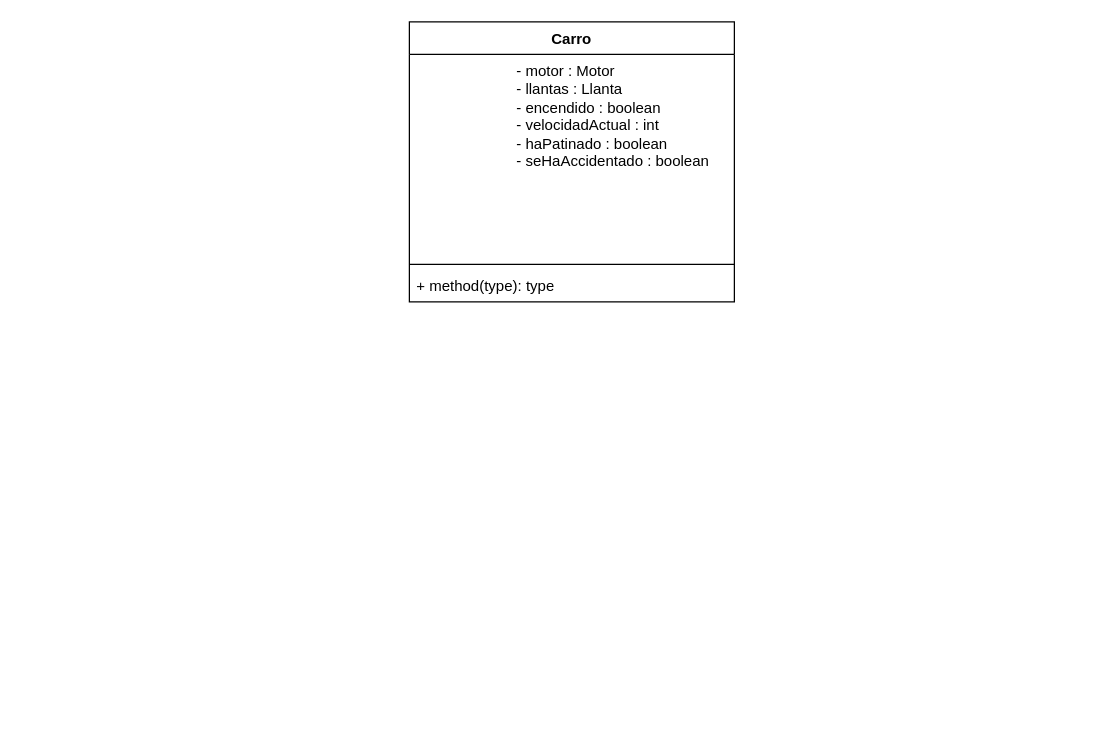
The draw.io diagram simuladorDeVehiculo/SimuladorCarro.drawio in JDPinillaa/simuladorVehiculo, before the edit. Source tidied: cells renumbered, new cells numbered last; positions are measured from the earlier drawing's top-left corner, leaving out a move shared by most shapes. Both pictures are drawn from the tidied source at 125%, with x=0, y=0 at pixel (409, 21).
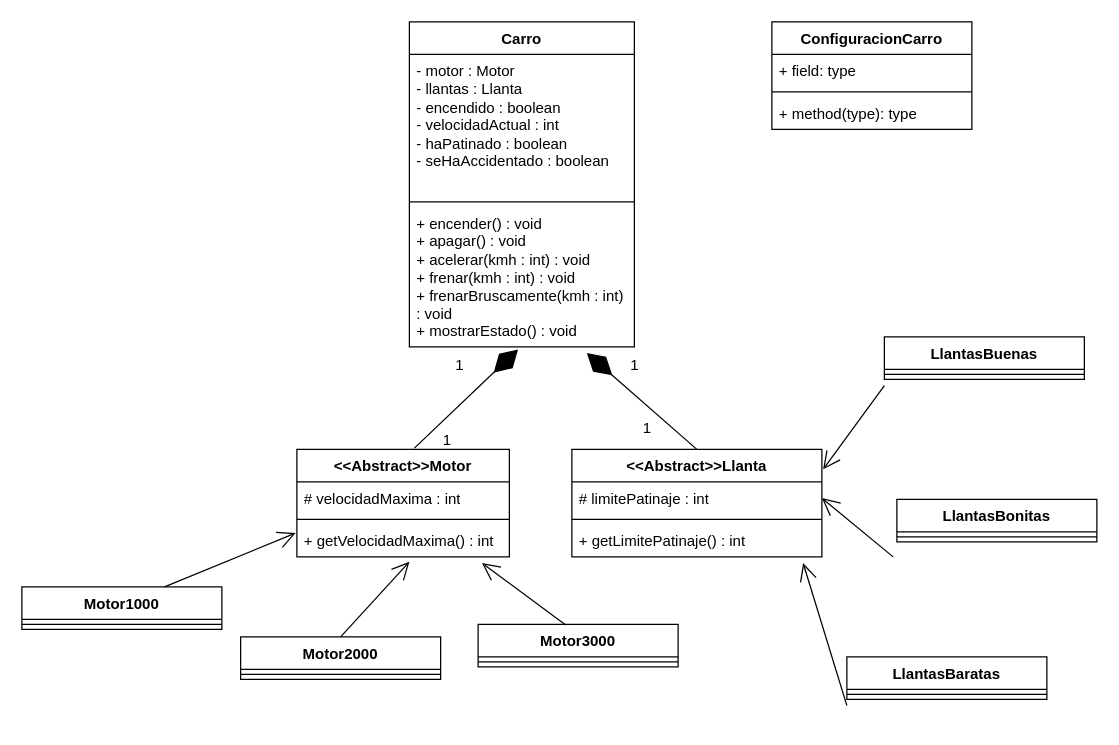
After the change.

Change to the diagram source:
```diff
@@
     <mxCell id="2" value="Carro" style="swimlane;fontStyle=1;align=center;verticalAlign=top;horizontal=1;startSize=26;whiteSpace=wrap;html=1;" parent="1" vertex="1">
-      <mxGeometry width="260" height="224" as="geometry" />
+      <mxGeometry width="180" height="260" as="geometry" />
     </mxCell>
-    <mxCell id="3" value="&lt;blockquote style=&quot;margin: 0 0 0 40px; border: none; padding: 0px;&quot;&gt;&lt;blockquote style=&quot;margin: 0 0 0 40px; border: none; padding: 0px;&quot;&gt;- motor : Motor&lt;/blockquote&gt;&lt;blockquote style=&quot;margin: 0 0 0 40px; border: none; padding: 0px;&quot;&gt;- llantas : Llanta&lt;/blockquote&gt;&lt;blockquote style=&quot;margin: 0 0 0 40px; border: none; padding: 0px;&quot;&gt;- encendido : boolean&lt;/blockquote&gt;&lt;blockquote style=&quot;margin: 0 0 0 40px; border: none; padding: 0px;&quot;&gt;- velocidadActual : int&lt;/blockquote&gt;&lt;blockquote style=&quot;margin: 0 0 0 40px; border: none; padding: 0px;&quot;&gt;- haPatinado : boolean&lt;/blockquote&gt;&lt;blockquote style=&quot;margin: 0 0 0 40px; border: none; padding: 0px;&quot;&gt;- seHaAccidentado : boolean&lt;/blockquote&gt;&lt;/blockquote&gt;" style="text;strokeColor=none;fillColor=none;align=left;verticalAlign=top;spacingLeft=4;spacingRight=4;overflow=hidden;whiteSpace=wrap;html=1;" parent="2" vertex="1">
-      <mxGeometry y="26" width="260" height="164" as="geometry" />
+    <mxCell id="3" value="- motor : Motor&lt;div&gt;- llantas : Llanta&lt;/div&gt;&lt;div&gt;- encendido : boolean&lt;/div&gt;&lt;div&gt;- velocidadActual : int&lt;/div&gt;&lt;div&gt;- haPatinado : boolean&lt;/div&gt;&lt;div&gt;- seHaAccidentado : boolean&lt;/div&gt;" style="text;strokeColor=none;fillColor=none;align=left;verticalAlign=top;spacingLeft=4;spacingRight=4;overflow=hidden;whiteSpace=wrap;html=1;" parent="2" vertex="1">
+      <mxGeometry y="26" width="180" height="114" as="geometry" />
     </mxCell>
-    <mxCell id="4" style="line;strokeWidth=1;fillColor=none;align=left;verticalAlign=middle;spacingTop=-1;spacingLeft=3;spacingRight=3;labelPosition=right;strokeColor=inherit;" parent="2" vertex="1">
-      <mxGeometry y="190" width="260" height="8" as="geometry" />
-    </mxCell>
+    <mxCell id="6" style="line;strokeWidth=1;fillColor=none;align=left;verticalAlign=middle;spacingTop=-1;spacingLeft=3;spacingRight=3;labelPosition=right;strokeColor=inherit;" parent="2" vertex="1">
+      <mxGeometry y="140" width="180" height="8" as="geometry" />
+    </mxCell>
+    <mxCell id="7" value="+ encender() : void&lt;div&gt;+ apagar() : void&lt;/div&gt;&lt;div&gt;+ acelerar(kmh : int) : void&lt;/div&gt;&lt;div&gt;+ frenar(kmh : int) : void&lt;/div&gt;&lt;div&gt;+ frenarBruscamente(kmh : int) : void&lt;/div&gt;&lt;div&gt;+ mostrarEstado() : void&lt;/div&gt;&lt;div&gt;&lt;br&gt;&lt;/div&gt;" style="text;strokeColor=none;fillColor=none;align=left;verticalAlign=top;spacingLeft=4;spacingRight=4;overflow=hidden;points=[[0,0.5],[1,0.5]];portConstraint=eastwest;whiteSpace=wrap;html=1;" parent="2" vertex="1">
+      <mxGeometry y="148" width="180" height="112" as="geometry" />
+    </mxCell>
+    <mxCell id="8" value="&amp;lt;&amp;lt;Abstract&amp;gt;&amp;gt;Motor" style="swimlane;fontStyle=1;align=center;verticalAlign=top;horizontal=1;startSize=26;whiteSpace=wrap;html=1;" parent="1" vertex="1">
+      <mxGeometry x="-90" y="342" width="170" height="86" as="geometry" />
+    </mxCell>
+    <mxCell id="9" value="# velocidadMaxima : int" style="text;strokeColor=none;fillColor=none;align=left;verticalAlign=top;spacingLeft=4;spacingRight=4;overflow=hidden;whiteSpace=wrap;html=1;" parent="8" vertex="1">
+      <mxGeometry y="26" width="170" height="26" as="geometry" />
+    </mxCell>
+    <mxCell id="10" style="line;strokeWidth=1;fillColor=none;align=left;verticalAlign=middle;spacingTop=-1;spacingLeft=3;spacingRight=3;labelPosition=right;strokeColor=inherit;" parent="8" vertex="1">
+      <mxGeometry y="52" width="170" height="8" as="geometry" />
+    </mxCell>
+    <mxCell id="11" value="+ getVelocidadMaxima() : int" style="text;strokeColor=none;fillColor=none;align=left;verticalAlign=top;spacingLeft=4;spacingRight=4;overflow=hidden;points=[[0,0.5],[1,0.5]];portConstraint=eastwest;whiteSpace=wrap;html=1;" parent="8" vertex="1">
+      <mxGeometry y="60" width="170" height="26" as="geometry" />
+    </mxCell>
+    <mxCell id="12" style="endArrow=diamondThin;endFill=1;endSize=24;html=1;rounded=0;exitX=0.553;exitY=-0.012;exitDx=0;exitDy=0;exitPerimeter=0;entryX=0.483;entryY=1.018;entryDx=0;entryDy=0;entryPerimeter=0;" parent="1" edge="1" source="8" target="7">
+      <mxGeometry relative="1" as="geometry" />
+    </mxCell>
+    <mxCell id="13" value="1" style="text;html=1;align=center;verticalAlign=middle;strokeColor=none;fillColor=none;" parent="1" vertex="1">
+      <mxGeometry x="25" y="260" width="30" height="30" as="geometry" />
+    </mxCell>
+    <mxCell id="14" value="1" style="text;html=1;align=center;verticalAlign=middle;strokeColor=none;fillColor=none;" parent="1" vertex="1">
+      <mxGeometry x="15" y="320" width="30" height="30" as="geometry" />
+    </mxCell>
+    <mxCell id="15" value="&amp;lt;&amp;lt;Abstract&amp;gt;&amp;gt;&lt;span style=&quot;background-color: transparent; color: light-dark(rgb(0, 0, 0), rgb(255, 255, 255));&quot;&gt;Llanta&lt;/span&gt;" style="swimlane;fontStyle=1;align=center;verticalAlign=top;horizontal=1;startSize=26;whiteSpace=wrap;html=1;" parent="1" vertex="1">
+      <mxGeometry x="130" y="342" width="200" height="86" as="geometry" />
+    </mxCell>
+    <mxCell id="16" value="# limitePatinaje : int" style="text;strokeColor=none;fillColor=none;align=left;verticalAlign=top;spacingLeft=4;spacingRight=4;overflow=hidden;points=[[0,0.5],[1,0.5]];portConstraint=eastwest;whiteSpace=wrap;html=1;" parent="15" vertex="1">
+      <mxGeometry y="26" width="200" height="26" as="geometry" />
+    </mxCell>
+    <mxCell id="17" style="line;strokeWidth=1;fillColor=none;align=left;verticalAlign=middle;spacingTop=-1;spacingLeft=3;spacingRight=3;labelPosition=right;strokeColor=inherit;" parent="15" vertex="1">
+      <mxGeometry y="52" width="200" height="8" as="geometry" />
+    </mxCell>
+    <mxCell id="18" value="+ getLimitePatinaje() : int" style="text;strokeColor=none;fillColor=none;align=left;verticalAlign=top;spacingLeft=4;spacingRight=4;overflow=hidden;points=[[0,0.5],[1,0.5]];portConstraint=eastwest;whiteSpace=wrap;html=1;" parent="15" vertex="1">
+      <mxGeometry y="60" width="200" height="26" as="geometry" />
+    </mxCell>
+    <mxCell id="19" style="endArrow=diamondThin;endFill=1;endSize=24;html=1;rounded=0;exitX=0.5;exitY=0;exitDx=0;exitDy=0;entryX=0.789;entryY=1.045;entryDx=0;entryDy=0;entryPerimeter=0;" parent="1" edge="1" source="15" target="7">
+      <mxGeometry relative="1" as="geometry" />
+    </mxCell>
+    <mxCell id="20" value="1" style="text;html=1;align=center;verticalAlign=middle;strokeColor=none;fillColor=none;" parent="1" vertex="1">
+      <mxGeometry x="165" y="260" width="30" height="30" as="geometry" />
+    </mxCell>
+    <mxCell id="21" value="1" style="text;html=1;align=center;verticalAlign=middle;strokeColor=none;fillColor=none;" parent="1" vertex="1">
+      <mxGeometry x="175" y="310" width="30" height="30" as="geometry" />
+    </mxCell>
+    <mxCell id="22" value="Motor1000" style="swimlane;fontStyle=1;align=center;verticalAlign=top;horizontal=1;startSize=26;whiteSpace=wrap;html=1;" parent="1" vertex="1">
+      <mxGeometry x="-310" y="452" width="160" height="34" as="geometry" />
+    </mxCell>
+    <mxCell id="23" style="line;strokeWidth=1;fillColor=none;align=left;verticalAlign=middle;spacingTop=-1;spacingLeft=3;spacingRight=3;labelPosition=right;strokeColor=inherit;" parent="22" vertex="1">
+      <mxGeometry y="26" width="160" height="8" as="geometry" />
+    </mxCell>
+    <mxCell id="24" value="Motor2000" style="swimlane;fontStyle=1;align=center;verticalAlign=top;horizontal=1;startSize=26;whiteSpace=wrap;html=1;" parent="1" vertex="1">
+      <mxGeometry x="-135" y="492" width="160" height="34" as="geometry" />
+    </mxCell>
+    <mxCell id="25" style="line;strokeWidth=1;fillColor=none;align=left;verticalAlign=middle;spacingTop=-1;spacingLeft=3;spacingRight=3;labelPosition=right;strokeColor=inherit;" parent="24" vertex="1">
+      <mxGeometry y="26" width="160" height="8" as="geometry" />
+    </mxCell>
+    <mxCell id="26" value="Motor3000" style="swimlane;fontStyle=1;align=center;verticalAlign=top;horizontal=1;startSize=26;whiteSpace=wrap;html=1;" parent="1" vertex="1">
+      <mxGeometry x="55" y="482" width="160" height="34" as="geometry" />
+    </mxCell>
+    <mxCell id="27" style="line;strokeWidth=1;fillColor=none;align=left;verticalAlign=middle;spacingTop=-1;spacingLeft=3;spacingRight=3;labelPosition=right;strokeColor=inherit;" parent="26" vertex="1">
+      <mxGeometry y="26" width="160" height="8" as="geometry" />
+    </mxCell>
+    <mxCell id="28" style="endArrow=open;endFill=1;endSize=12;html=1;rounded=0;exitX=0.713;exitY=0;exitDx=0;exitDy=0;exitPerimeter=0;entryX=-0.006;entryY=0.269;entryDx=0;entryDy=0;entryPerimeter=0;" parent="1" edge="1" source="22" target="11">
+      <mxGeometry relative="1" as="geometry" />
+    </mxCell>
+    <mxCell id="29" style="endArrow=open;endFill=1;endSize=12;html=1;rounded=0;exitX=0.5;exitY=0;exitDx=0;exitDy=0;" parent="1" edge="1" source="24">
+      <mxGeometry relative="1" as="geometry">
+        <mxPoint y="432" as="targetPoint" />
+      </mxGeometry>
+    </mxCell>
+    <mxCell id="30" style="endArrow=open;endFill=1;endSize=12;html=1;rounded=0;exitX=0.438;exitY=0.012;exitDx=0;exitDy=0;exitPerimeter=0;entryX=0.871;entryY=1.192;entryDx=0;entryDy=0;entryPerimeter=0;" parent="1" edge="1" source="26" target="11">
+      <mxGeometry relative="1" as="geometry" />
+    </mxCell>
+    <mxCell id="31" value="LlantasBuenas" style="swimlane;fontStyle=1;align=center;verticalAlign=top;horizontal=1;startSize=26;whiteSpace=wrap;html=1;" parent="1" vertex="1">
+      <mxGeometry x="380" y="252" width="160" height="34" as="geometry" />
+    </mxCell>
+    <mxCell id="32" style="line;strokeWidth=1;fillColor=none;align=left;verticalAlign=middle;spacingTop=-1;spacingLeft=3;spacingRight=3;labelPosition=right;strokeColor=inherit;" parent="31" vertex="1">
+      <mxGeometry y="26" width="160" height="8" as="geometry" />
+    </mxCell>
+    <mxCell id="33" value="LlantasBonitas" style="swimlane;fontStyle=1;align=center;verticalAlign=top;horizontal=1;startSize=26;whiteSpace=wrap;html=1;" parent="1" vertex="1">
+      <mxGeometry x="390" y="382" width="160" height="34" as="geometry" />
+    </mxCell>
+    <mxCell id="34" style="line;strokeWidth=1;fillColor=none;align=left;verticalAlign=middle;spacingTop=-1;spacingLeft=3;spacingRight=3;labelPosition=right;strokeColor=inherit;" parent="33" vertex="1">
+      <mxGeometry y="26" width="160" height="8" as="geometry" />
+    </mxCell>
+    <mxCell id="35" value="LlantasBaratas" style="swimlane;fontStyle=1;align=center;verticalAlign=top;horizontal=1;startSize=26;whiteSpace=wrap;html=1;" parent="1" vertex="1">
+      <mxGeometry x="350" y="508" width="160" height="34" as="geometry" />
+    </mxCell>
+    <mxCell id="36" style="line;strokeWidth=1;fillColor=none;align=left;verticalAlign=middle;spacingTop=-1;spacingLeft=3;spacingRight=3;labelPosition=right;strokeColor=inherit;" parent="35" vertex="1">
+      <mxGeometry y="26" width="160" height="8" as="geometry" />
+    </mxCell>
+    <mxCell id="37" style="endArrow=open;endFill=1;endSize=12;html=1;rounded=0;exitX=0;exitY=0.5;exitDx=0;exitDy=0;entryX=1.005;entryY=0.186;entryDx=0;entryDy=0;entryPerimeter=0;" parent="1" edge="1" target="15">
+      <mxGeometry relative="1" as="geometry">
+        <mxPoint x="380" y="291" as="sourcePoint" />
+      </mxGeometry>
+    </mxCell>
+    <mxCell id="38" style="endArrow=open;endFill=1;endSize=12;html=1;rounded=0;exitX=-0.019;exitY=0.769;exitDx=0;exitDy=0;exitPerimeter=0;entryX=1;entryY=0.5;entryDx=0;entryDy=0;" parent="1" edge="1" target="16">
+      <mxGeometry relative="1" as="geometry">
+        <mxPoint x="387" y="428" as="sourcePoint" />
+      </mxGeometry>
+    </mxCell>
+    <mxCell id="39" style="endArrow=open;endFill=1;endSize=12;html=1;rounded=0;exitX=0;exitY=0.5;exitDx=0;exitDy=0;entryX=0.925;entryY=1.192;entryDx=0;entryDy=0;entryPerimeter=0;" parent="1" edge="1" target="18">
+      <mxGeometry relative="1" as="geometry">
+        <mxPoint x="350" y="547" as="sourcePoint" />
+      </mxGeometry>
+    </mxCell>
+    <mxCell id="40" value="ConfiguracionCarro" style="swimlane;fontStyle=1;align=center;verticalAlign=top;horizontal=1;startSize=26;whiteSpace=wrap;html=1;" parent="1" vertex="1">
+      <mxGeometry x="290" width="160" height="86" as="geometry" />
+    </mxCell>
+    <mxCell id="41" value="+ field: type" style="text;strokeColor=none;fillColor=none;align=left;verticalAlign=top;spacingLeft=4;spacingRight=4;overflow=hidden;whiteSpace=wrap;html=1;" parent="40" vertex="1">
+      <mxGeometry y="26" width="160" height="26" as="geometry" />
+    </mxCell>
+    <mxCell id="42" style="line;strokeWidth=1;fillColor=none;align=left;verticalAlign=middle;spacingTop=-1;spacingLeft=3;spacingRight=3;labelPosition=right;strokeColor=inherit;" parent="40" vertex="1">
+      <mxGeometry y="52" width="160" height="8" as="geometry" />
+    </mxCell>
-    <mxCell id="5" value="+ method(type): type" style="text;strokeColor=none;fillColor=none;align=left;verticalAlign=top;spacingLeft=4;spacingRight=4;overflow=hidden;whiteSpace=wrap;html=1;" parent="2" vertex="1">
-      <mxGeometry y="198" width="260" height="26" as="geometry" />
+    <mxCell id="5" value="+ method(type): type" style="text;strokeColor=none;fillColor=none;align=left;verticalAlign=top;spacingLeft=4;spacingRight=4;overflow=hidden;whiteSpace=wrap;html=1;" parent="40" vertex="1">
+      <mxGeometry y="60" width="160" height="26" as="geometry" />
     </mxCell>
```
